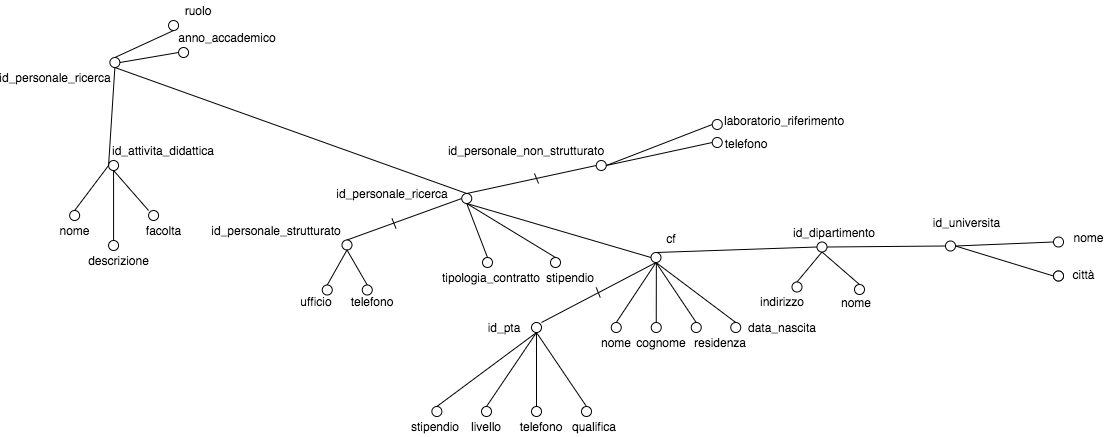
Above: res/attribute's_tree/mantiene/Mantiene.png in dariocurr/bdm_project (draw.io), before the change. Source tidied: cells renumbered, new cells last; positions are measured from the earlier drawing's top-left corner, leaving out a move shared by most shapes.
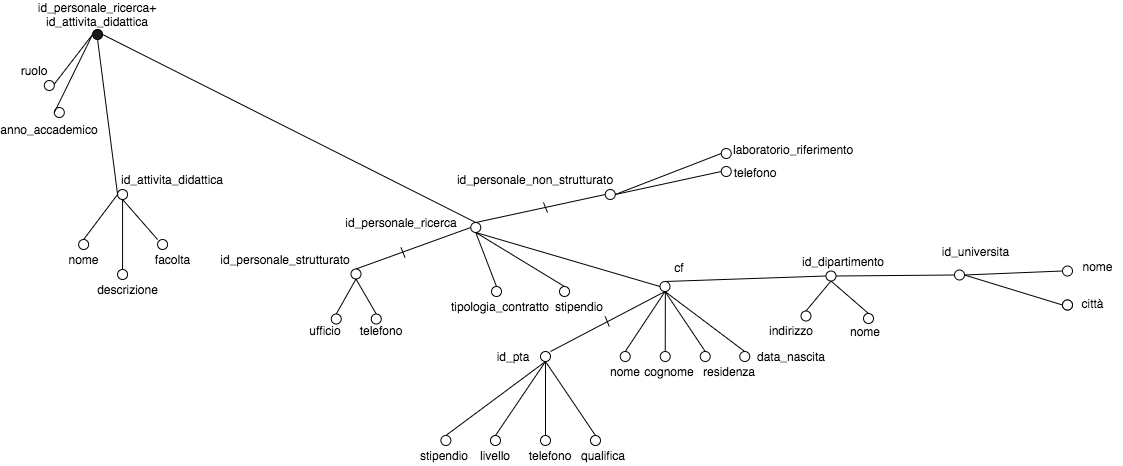
After the commit.

Commit message:
modifica mantiene

Change to the diagram source:
```diff
@@ -2,34 +2,31 @@
   <root>
     <mxCell id="0" />
     <mxCell id="1" parent="0" />
-    <mxCell id="2" style="shape=ellipse;html=1;" parent="1" vertex="1">
-      <mxGeometry x="74.4" y="57" width="10" height="10" as="geometry" />
-    </mxCell>
-    <mxCell id="3" value="id_personale_ricerca" style="text;html=1;strokeColor=none;fillColor=none;align=center;verticalAlign=middle;whiteSpace=wrap;rounded=0;" parent="1" vertex="1">
-      <mxGeometry x="0.2" y="67" width="40" height="20" as="geometry" />
+    <mxCell id="3" value="id_personale_ricerca+&lt;br&gt;id_attivita_didattica" style="text;html=1;strokeColor=none;fillColor=none;align=center;verticalAlign=middle;whiteSpace=wrap;rounded=0;" parent="1" vertex="1">
+      <mxGeometry x="-6.9" y="-25" width="120" height="20" as="geometry" />
     </mxCell>
-    <mxCell id="4" style="edgeStyle=none;rounded=0;jettySize=auto;html=1;exitX=0.5;exitY=1;exitDx=0;exitDy=0;entryX=0.5;entryY=0;entryDx=0;entryDy=0;endArrow=none;endFill=0;" parent="1" edge="1" source="5" target="2">
+    <mxCell id="4" style="edgeStyle=none;rounded=0;jettySize=auto;html=1;exitX=0.5;exitY=1;exitDx=0;exitDy=0;entryX=0;entryY=0.5;entryDx=0;entryDy=0;endArrow=none;endFill=0;" parent="1" edge="1" source="5" target="101">
       <mxGeometry relative="1" as="geometry" />
     </mxCell>
     <mxCell id="5" style="shape=ellipse;html=1;flipV=1;" parent="1" vertex="1">
-      <mxGeometry x="133.1" y="20" width="10" height="10" as="geometry" />
+      <mxGeometry x="-0.2" y="51" width="10" height="10" as="geometry" />
     </mxCell>
     <mxCell id="6" value="ruolo" style="text;html=1;strokeColor=none;fillColor=none;align=center;verticalAlign=middle;whiteSpace=wrap;rounded=0;" parent="1" vertex="1">
-      <mxGeometry x="143.1" width="40" height="20" as="geometry" />
+      <mxGeometry x="-30.2" y="31" width="40" height="20" as="geometry" />
     </mxCell>
     <mxCell id="7" style="shape=ellipse;html=1;flipV=1;" parent="1" vertex="1">
-      <mxGeometry x="143.1" y="47" width="10" height="10" as="geometry" />
+      <mxGeometry x="9.8" y="78" width="10" height="10" as="geometry" />
     </mxCell>
-    <mxCell id="8" style="edgeStyle=none;rounded=0;jettySize=auto;html=1;exitX=0;exitY=0.5;exitDx=0;exitDy=0;entryX=1;entryY=0.5;entryDx=0;entryDy=0;endArrow=none;endFill=0;" parent="1" edge="1" source="7" target="2">
+    <mxCell id="8" style="edgeStyle=none;rounded=0;jettySize=auto;html=1;exitX=0;exitY=0.5;exitDx=0;exitDy=0;entryX=0;entryY=0.5;entryDx=0;entryDy=0;endArrow=none;endFill=0;" parent="1" edge="1" source="7" target="101">
       <mxGeometry relative="1" as="geometry" />
     </mxCell>
     <mxCell id="9" value="anno_accademico" style="text;html=1;strokeColor=none;fillColor=none;align=center;verticalAlign=middle;whiteSpace=wrap;rounded=0;" parent="1" vertex="1">
-      <mxGeometry x="172" y="27" width="40" height="20" as="geometry" />
+      <mxGeometry x="-15.2" y="90" width="40" height="20" as="geometry" />
     </mxCell>
     <mxCell id="10" style="shape=ellipse;html=1;flipV=1;" parent="1" vertex="1">
       <mxGeometry x="73.1" y="160" width="10" height="10" as="geometry" />
     </mxCell>
-    <mxCell id="11" style="edgeStyle=none;rounded=0;jettySize=auto;html=1;entryX=0.5;entryY=1;entryDx=0;entryDy=0;endArrow=none;endFill=0;exitX=0;exitY=0.5;exitDx=0;exitDy=0;" parent="1" edge="1" source="10" target="2">
+    <mxCell id="11" style="edgeStyle=none;rounded=0;jettySize=auto;html=1;entryX=0.5;entryY=1;entryDx=0;entryDy=0;endArrow=none;endFill=0;exitX=0;exitY=0.5;exitDx=0;exitDy=0;" parent="1" edge="1" source="10" target="101">
       <mxGeometry relative="1" as="geometry" />
     </mxCell>
     <mxCell id="12" value="id_attivita_didattica" style="text;html=1;strokeColor=none;fillColor=none;align=center;verticalAlign=middle;whiteSpace=wrap;rounded=0;" parent="1" vertex="1">
@@ -62,7 +59,7 @@
     <mxCell id="21" value="facolta" style="text;html=1;align=center;verticalAlign=middle;" parent="1" vertex="1">
       <mxGeometry x="103.1" y="220" width="50" height="20" as="geometry" />
     </mxCell>
-    <mxCell id="22" style="edgeStyle=none;rounded=0;jettySize=auto;html=1;endArrow=none;endFill=0;exitX=0.5;exitY=1;exitDx=0;exitDy=0;entryX=0.5;entryY=0;entryDx=0;entryDy=0;" parent="1" edge="1" source="2" target="23">
+    <mxCell id="22" style="edgeStyle=none;rounded=0;jettySize=auto;html=1;endArrow=none;endFill=0;exitX=1;exitY=0.5;exitDx=0;exitDy=0;entryX=0.5;entryY=0;entryDx=0;entryDy=0;" parent="1" edge="1" source="101" target="23">
       <mxGeometry relative="1" as="geometry" />
     </mxCell>
     <mxCell id="23" style="shape=ellipse;html=1;flipV=1;" parent="1" vertex="1">
@@ -310,5 +307,8 @@
     <mxCell id="100" style="endArrow=none;html=1;exitX=1;exitY=0.5;exitDx=0;exitDy=0;entryX=0;entryY=0.5;entryDx=0;entryDy=0;" parent="1" edge="1" source="91" target="95">
       <mxGeometry relative="1" as="geometry" />
     </mxCell>
+    <mxCell id="101" style="shape=ellipse;html=1;flipV=1;fillColor=#1A1A1A;" parent="1" vertex="1">
+      <mxGeometry x="48.1" width="10" height="10" as="geometry" />
+    </mxCell>
   </root>
 </mxGraphModel>
```
